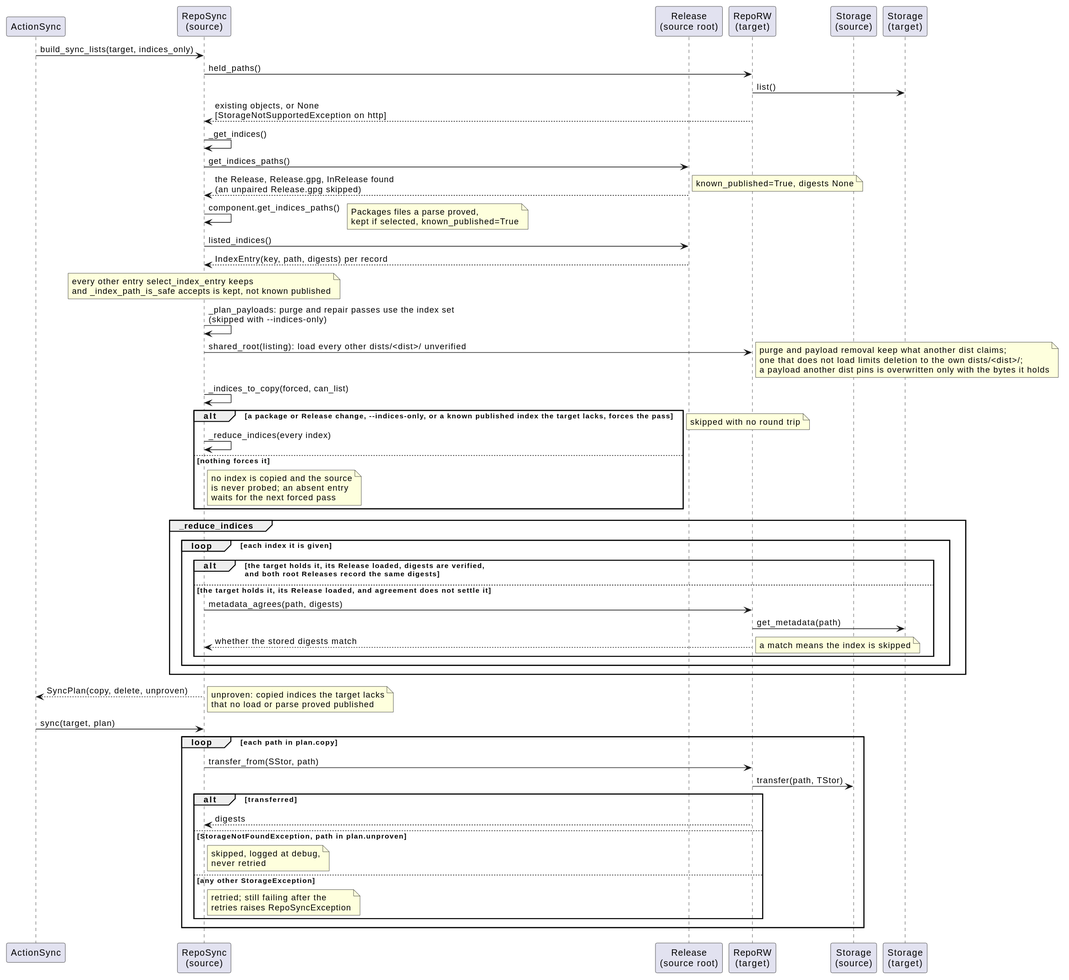
Before: docs/development/diagrams/repo-sync-indices-sequence.svg, a diagram exported from PlantUML (vinklat/debkit). Its source is kept beside it as docs/development/diagrams/repo-sync-indices-sequence.puml.
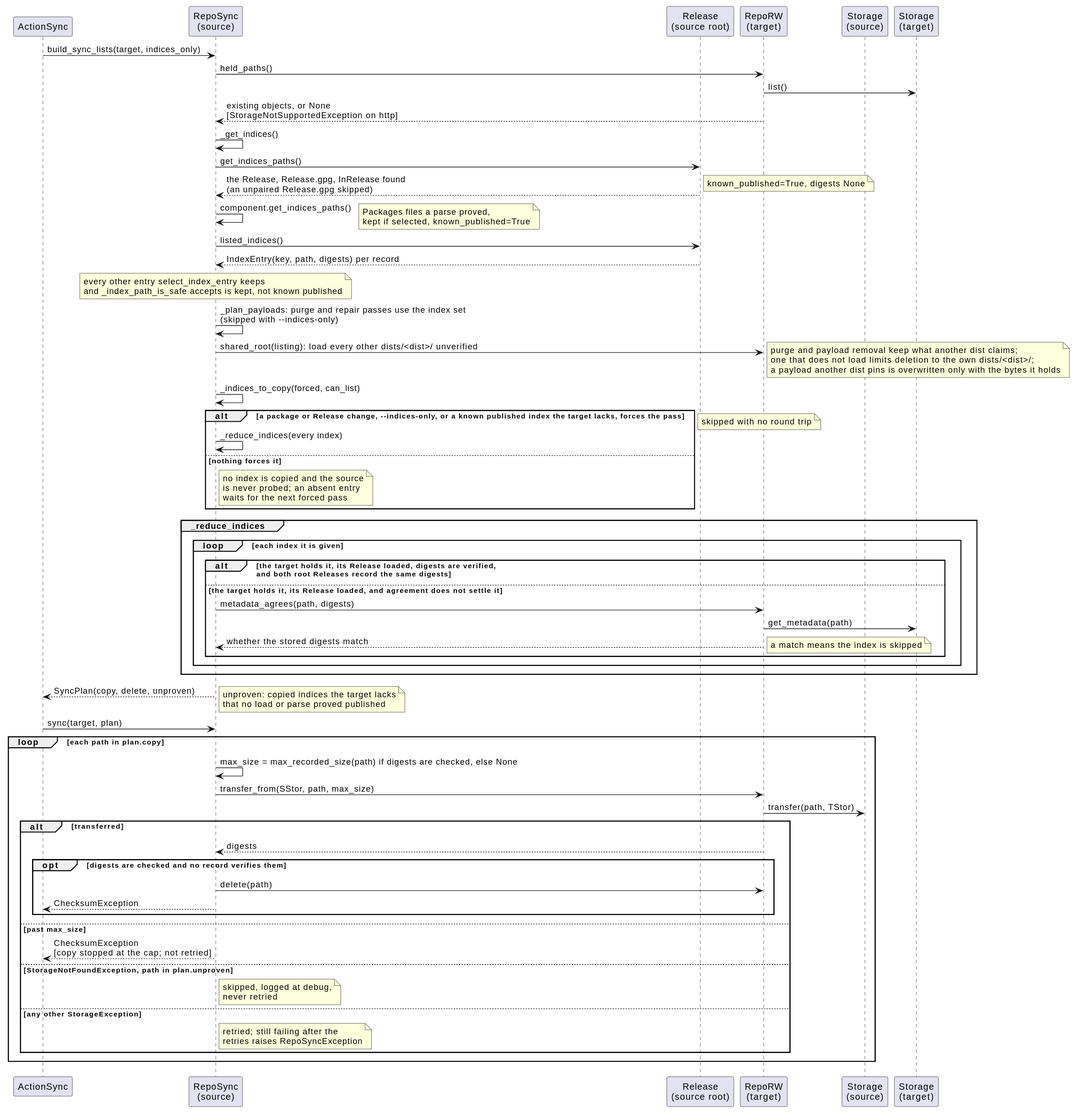
The same diagram one commit later.

Commit message:
Align docs with the size caps and exit paths

Change to the diagram source:
```diff
@@ -51,10 +51,17 @@
 
 ActionSync -> Src: sync(target, plan)
 loop each path in plan.copy
-  Src -> Tgt: transfer_from(SStor, path)
+  Src -> Src: max_size = max_recorded_size(path) if digests are checked, else None
+  Src -> Tgt: transfer_from(SStor, path, max_size)
   Tgt -> SStor: transfer(path, TStor)
   alt transferred
     Tgt --> Src: digests
+    opt digests are checked and no record verifies them
+      Src -> Tgt: delete(path)
+      Src --> ActionSync: ChecksumException
+    end
+  else past max_size
+    Src --> ActionSync: ChecksumException\n[copy stopped at the cap; not retried]
   else StorageNotFoundException, path in plan.unproven
     note right of Src: skipped, logged at debug,\nnever retried
   else any other StorageException
```
